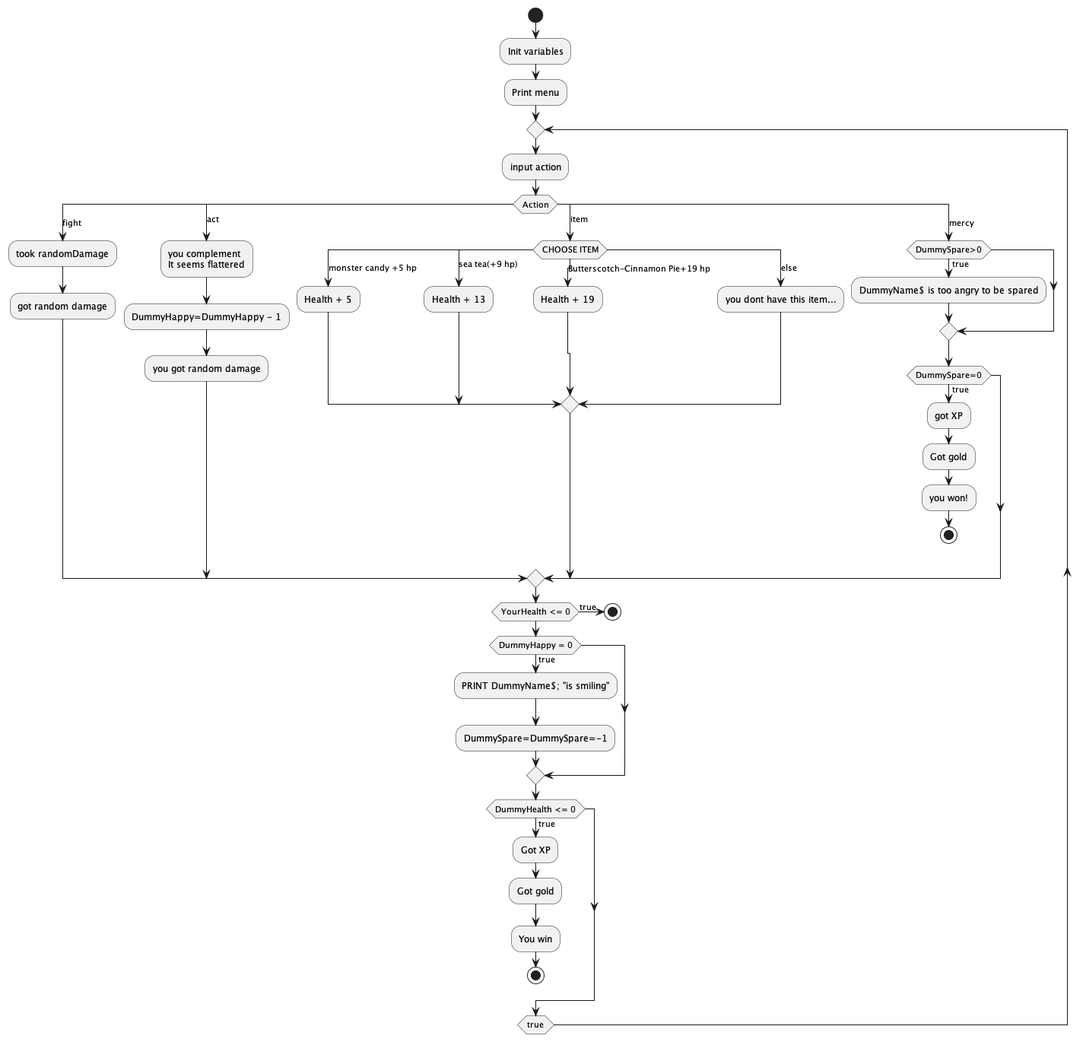
Earlier version of the PlantUML export ProgramStructure.png (DanilKorotenko/AntonGame3).
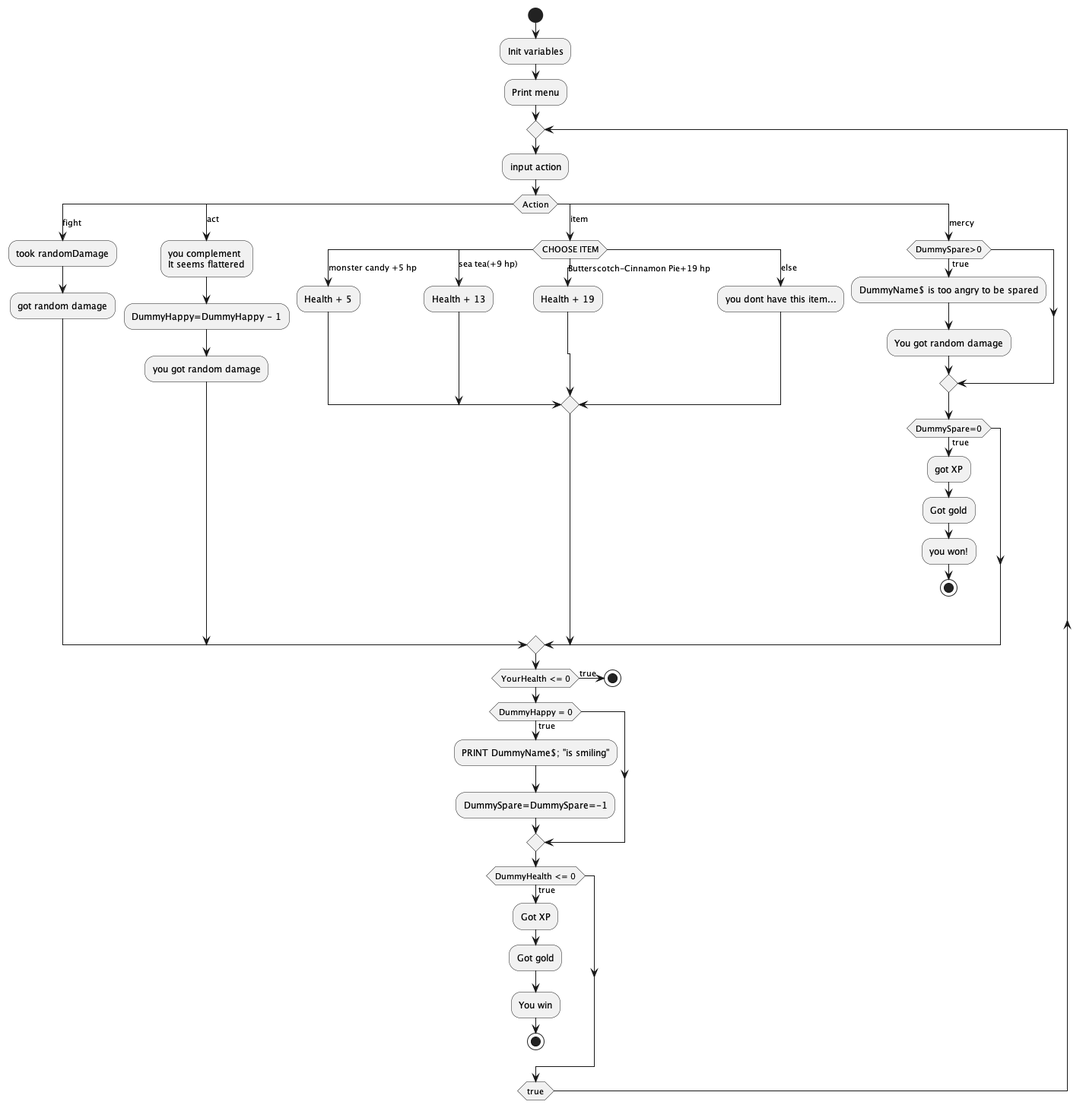
Above is the later version.

The edit, as a diff of the source:
```diff
@@ -35,6 +35,7 @@
 case (mercy)
     if (DummySpare>0) then (true)
         :DummyName$ is too angry to be spared;
+        :You got random damage;
     endif
 
     if (DummySpare=0) then (true)
```
